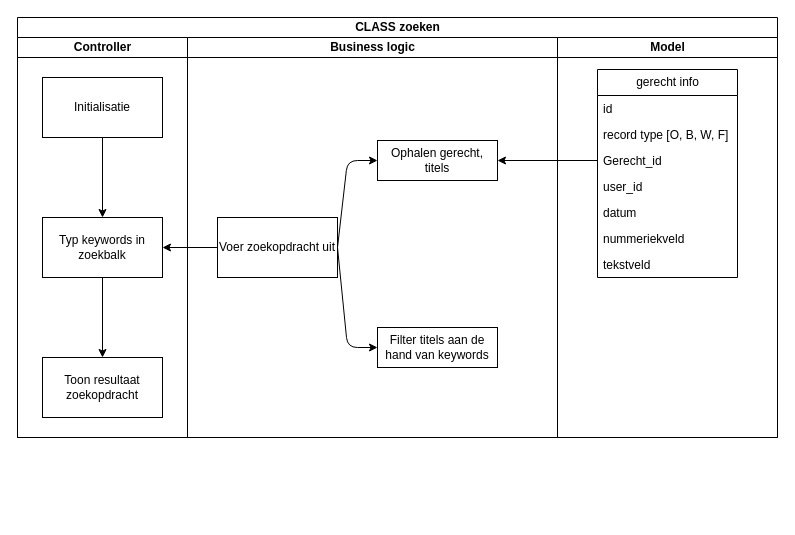
ReneKrewinkel/educom-verrukkulluk-1678798729 keeps this draw.io diagram as documents/design/VER-ASD-class-zoeken-JP-v1.drawio. Above is the earlier version. Source tidied: cells renumbered, new cells numbered last; positions are measured from the earlier drawing's top-left corner, leaving out a move shared by most shapes. Both pictures are drawn from the tidied source at 100%, with x=0, y=0 at pixel (17, 17).
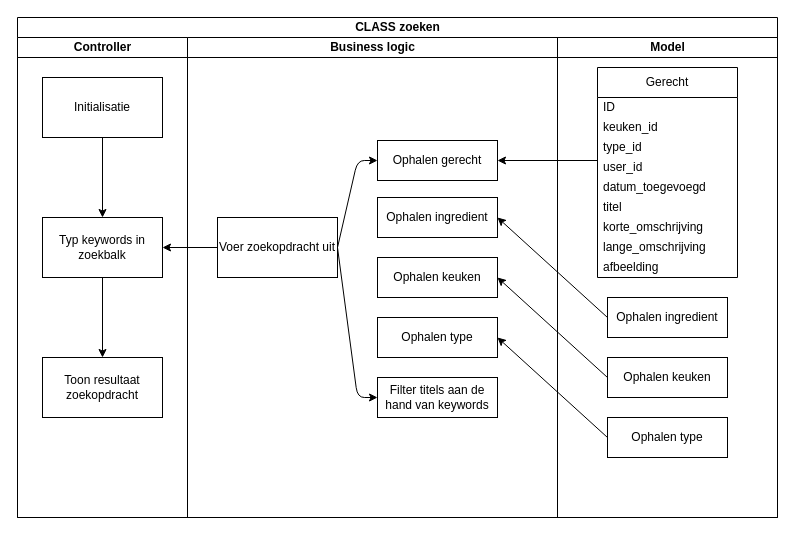
The same diagram, later.

Unchanged cells that the change refers to:
```xml
<mxCell id="13" value="Voer zoekopdracht uit" style="rounded=0;whiteSpace=wrap;html=1;" parent="10" vertex="1">
  <mxGeometry x="30" y="180" width="120" height="60" as="geometry" />
</mxCell>
```

Change to the diagram source:
```diff
@@
-    <mxCell id="2" value="CLASS zoeken" style="swimlane;startSize=20;html=1;" parent="1" vertex="1">
-      <mxGeometry width="760" height="420" as="geometry" />
+    <mxCell id="2" value="CLASS zoeken" style="swimlane;startSize=20;html=1;fillColor=none;" parent="1" vertex="1">
+      <mxGeometry width="760" height="500" as="geometry" />
     </mxCell>
     <mxCell id="3" value="Controller" style="swimlane;startSize=20;html=1;" parent="2" vertex="1">
-      <mxGeometry y="20" width="170" height="400" as="geometry" />
+      <mxGeometry y="20" width="170" height="480" as="geometry" />
     </mxCell>
@@
     <mxCell id="10" value="Business logic" style="swimlane;startSize=20;html=1;" parent="2" vertex="1">
-      <mxGeometry x="170" y="20" width="370" height="400" as="geometry" />
+      <mxGeometry x="170" y="20" width="370" height="480" as="geometry" />
     </mxCell>
     <mxCell id="11" style="edgeStyle=none;html=1;exitX=1;exitY=0.5;exitDx=0;exitDy=0;entryX=0;entryY=0.5;entryDx=0;entryDy=0;" parent="10" edge="1" source="13" target="14">
       <mxGeometry relative="1" as="geometry">
         <Array as="points">
-          <mxPoint x="160" y="123" />
+          <mxPoint x="170" y="123" />
         </Array>
       </mxGeometry>
     </mxCell>
     <mxCell id="12" style="edgeStyle=none;html=1;exitX=1;exitY=0.5;exitDx=0;exitDy=0;entryX=0;entryY=0.5;entryDx=0;entryDy=0;" parent="10" edge="1" source="13" target="15">
       <mxGeometry relative="1" as="geometry">
         <Array as="points">
-          <mxPoint x="160" y="310" />
+          <mxPoint x="170" y="360" />
         </Array>
       </mxGeometry>
     </mxCell>
@@
-    <mxCell id="14" value="Ophalen gerecht, titels" style="rounded=0;whiteSpace=wrap;html=1;" parent="10" vertex="1">
+    <mxCell id="14" value="Ophalen gerecht" style="rounded=0;whiteSpace=wrap;html=1;" parent="10" vertex="1">
       <mxGeometry x="190" y="103" width="120" height="40" as="geometry" />
     </mxCell>
     <mxCell id="15" value="Filter titels aan de hand van keywords" style="rounded=0;whiteSpace=wrap;html=1;" parent="10" vertex="1">
-      <mxGeometry x="190" y="290" width="120" height="40" as="geometry" />
+      <mxGeometry x="190" y="340" width="120" height="40" as="geometry" />
     </mxCell>
+    <mxCell id="26" value="Ophalen ingredient" style="rounded=0;whiteSpace=wrap;html=1;" parent="10" vertex="1">
+      <mxGeometry x="190" y="160" width="120" height="40" as="geometry" />
+    </mxCell>
+    <mxCell id="27" value="Ophalen keuken" style="rounded=0;whiteSpace=wrap;html=1;" parent="10" vertex="1">
+      <mxGeometry x="190" y="220" width="120" height="40" as="geometry" />
+    </mxCell>
+    <mxCell id="28" value="Ophalen type" style="rounded=0;whiteSpace=wrap;html=1;" parent="10" vertex="1">
+      <mxGeometry x="190" y="280" width="120" height="40" as="geometry" />
+    </mxCell>
-    <mxCell id="16" value="Model" style="swimlane;startSize=20;html=1;" parent="2" vertex="1">
-      <mxGeometry x="540" y="20" width="220" height="400" as="geometry" />
+    <mxCell id="16" value="Model" style="swimlane;startSize=20;html=1;fillColor=none;" parent="2" vertex="1">
+      <mxGeometry x="540" y="20" width="220" height="480" as="geometry" />
     </mxCell>
-    <mxCell id="17" value="gerecht info" style="swimlane;fontStyle=0;horizontal=1;startSize=26;fillColor=none;html=1;" parent="16" vertex="1">
-      <mxGeometry x="40" y="32" width="140" height="208" as="geometry" />
-    </mxCell>
-    <mxCell id="18" value="id" style="text;strokeColor=none;fillColor=none;align=left;verticalAlign=top;spacingLeft=4;spacingRight=4;overflow=hidden;whiteSpace=wrap;html=1;" parent="17" vertex="1">
-      <mxGeometry y="26" width="140" height="26" as="geometry" />
-    </mxCell>
-    <mxCell id="19" value="record type [O, B, W, F]&lt;br&gt;" style="text;strokeColor=none;fillColor=none;align=left;verticalAlign=top;spacingLeft=4;spacingRight=4;overflow=hidden;whiteSpace=wrap;html=1;" parent="17" vertex="1">
-      <mxGeometry y="52" width="140" height="26" as="geometry" />
-    </mxCell>
-    <mxCell id="20" value="Gerecht_id" style="text;strokeColor=none;fillColor=none;align=left;verticalAlign=top;spacingLeft=4;spacingRight=4;overflow=hidden;points=[[0,0.5],[1,0.5]];portConstraint=eastwest;whiteSpace=wrap;html=1;" parent="17" vertex="1">
-      <mxGeometry y="78" width="140" height="26" as="geometry" />
-    </mxCell>
+    <mxCell id="29" value="Ophalen ingredient" style="rounded=0;whiteSpace=wrap;html=1;" parent="16" vertex="1">
+      <mxGeometry x="50" y="260" width="120" height="40" as="geometry" />
+    </mxCell>
+    <mxCell id="30" value="Ophalen keuken" style="rounded=0;whiteSpace=wrap;html=1;" parent="16" vertex="1">
+      <mxGeometry x="50" y="320" width="120" height="40" as="geometry" />
+    </mxCell>
+    <mxCell id="31" value="Ophalen type" style="rounded=0;whiteSpace=wrap;html=1;" parent="16" vertex="1">
+      <mxGeometry x="50" y="380" width="120" height="40" as="geometry" />
+    </mxCell>
+    <mxCell id="32" value="Gerecht" style="swimlane;fontStyle=0;horizontal=1;startSize=30;whiteSpace=wrap;html=1;" parent="16" vertex="1">
+      <mxGeometry x="40" y="30" width="140" height="210" as="geometry" />
+    </mxCell>
+    <mxCell id="33" value="ID" style="text;strokeColor=none;fillColor=none;align=left;verticalAlign=middle;spacingLeft=4;spacingRight=4;overflow=hidden;whiteSpace=wrap;html=1;" parent="32" vertex="1">
+      <mxGeometry y="30" width="140" height="20" as="geometry" />
+    </mxCell>
+    <mxCell id="34" value="keuken_id" style="text;strokeColor=none;fillColor=none;align=left;verticalAlign=middle;spacingLeft=4;spacingRight=4;overflow=hidden;whiteSpace=wrap;html=1;" parent="32" vertex="1">
+      <mxGeometry y="50" width="140" height="20" as="geometry" />
+    </mxCell>
+    <mxCell id="35" value="type_id" style="text;strokeColor=none;fillColor=none;align=left;verticalAlign=middle;spacingLeft=4;spacingRight=4;overflow=hidden;whiteSpace=wrap;html=1;" parent="32" vertex="1">
+      <mxGeometry y="70" width="140" height="20" as="geometry" />
+    </mxCell>
-    <mxCell id="21" value="user_id" style="text;strokeColor=none;fillColor=none;align=left;verticalAlign=top;spacingLeft=4;spacingRight=4;overflow=hidden;whiteSpace=wrap;html=1;" parent="17" vertex="1">
-      <mxGeometry y="104" width="140" height="26" as="geometry" />
+    <mxCell id="21" value="user_id" style="text;strokeColor=none;fillColor=none;align=left;verticalAlign=middle;spacingLeft=4;spacingRight=4;overflow=hidden;whiteSpace=wrap;html=1;" parent="32" vertex="1">
+      <mxGeometry y="90" width="140" height="20" as="geometry" />
     </mxCell>
-    <mxCell id="22" value="datum" style="text;strokeColor=none;fillColor=none;align=left;verticalAlign=top;spacingLeft=4;spacingRight=4;overflow=hidden;whiteSpace=wrap;html=1;" parent="17" vertex="1">
-      <mxGeometry y="130" width="140" height="26" as="geometry" />
-    </mxCell>
-    <mxCell id="23" value="nummeriekveld" style="text;strokeColor=none;fillColor=none;align=left;verticalAlign=top;spacingLeft=4;spacingRight=4;overflow=hidden;whiteSpace=wrap;html=1;" parent="17" vertex="1">
-      <mxGeometry y="156" width="140" height="26" as="geometry" />
-    </mxCell>
-    <mxCell id="24" value="tekstveld" style="text;strokeColor=none;fillColor=none;align=left;verticalAlign=top;spacingLeft=4;spacingRight=4;overflow=hidden;whiteSpace=wrap;html=1;" parent="17" vertex="1">
-      <mxGeometry y="182" width="140" height="26" as="geometry" />
-    </mxCell>
+    <mxCell id="36" value="datum_toegevoegd" style="text;strokeColor=none;fillColor=none;align=left;verticalAlign=middle;spacingLeft=4;spacingRight=4;overflow=hidden;whiteSpace=wrap;html=1;" parent="32" vertex="1">
+      <mxGeometry y="110" width="140" height="20" as="geometry" />
+    </mxCell>
+    <mxCell id="37" value="titel" style="text;strokeColor=none;fillColor=none;align=left;verticalAlign=middle;spacingLeft=4;spacingRight=4;overflow=hidden;whiteSpace=wrap;html=1;" parent="32" vertex="1">
+      <mxGeometry y="130" width="140" height="20" as="geometry" />
+    </mxCell>
+    <mxCell id="38" value="korte_omschrijving" style="text;strokeColor=none;fillColor=none;align=left;verticalAlign=middle;spacingLeft=4;spacingRight=4;overflow=hidden;whiteSpace=wrap;html=1;" parent="32" vertex="1">
+      <mxGeometry y="150" width="140" height="20" as="geometry" />
+    </mxCell>
+    <mxCell id="39" value="lange_omschrijving" style="text;strokeColor=none;fillColor=none;align=left;verticalAlign=middle;spacingLeft=4;spacingRight=4;overflow=hidden;whiteSpace=wrap;html=1;" parent="32" vertex="1">
+      <mxGeometry y="170" width="140" height="20" as="geometry" />
+    </mxCell>
+    <mxCell id="40" value="afbeelding" style="text;strokeColor=none;fillColor=none;align=left;verticalAlign=middle;spacingLeft=4;spacingRight=4;overflow=hidden;whiteSpace=wrap;html=1;" parent="32" vertex="1">
+      <mxGeometry y="190" width="140" height="20" as="geometry" />
+    </mxCell>
-    <mxCell id="25" style="edgeStyle=none;html=1;exitX=0;exitY=0.5;exitDx=0;exitDy=0;entryX=1;entryY=0.5;entryDx=0;entryDy=0;" parent="2" edge="1" source="20" target="14">
-      <mxGeometry relative="1" as="geometry" />
+    <mxCell id="25" style="edgeStyle=none;html=1;exitX=0;exitY=0.5;exitDx=0;exitDy=0;entryX=1;entryY=0.5;entryDx=0;entryDy=0;" parent="2" edge="1" target="14">
+      <mxGeometry relative="1" as="geometry">
+        <mxPoint x="580" y="143" as="sourcePoint" />
+      </mxGeometry>
     </mxCell>
+    <mxCell id="41" style="edgeStyle=none;html=1;exitX=0;exitY=0.5;exitDx=0;exitDy=0;entryX=1;entryY=0.5;entryDx=0;entryDy=0;" parent="2" edge="1" source="29" target="26">
+      <mxGeometry relative="1" as="geometry" />
+    </mxCell>
+    <mxCell id="42" style="edgeStyle=none;html=1;exitX=0;exitY=0.5;exitDx=0;exitDy=0;entryX=1;entryY=0.5;entryDx=0;entryDy=0;" parent="2" edge="1" source="30" target="27">
+      <mxGeometry relative="1" as="geometry" />
+    </mxCell>
+    <mxCell id="43" style="edgeStyle=none;html=1;exitX=0;exitY=0.5;exitDx=0;exitDy=0;entryX=1;entryY=0.5;entryDx=0;entryDy=0;" parent="2" edge="1" source="31" target="28">
+      <mxGeometry relative="1" as="geometry" />
+    </mxCell>
```
